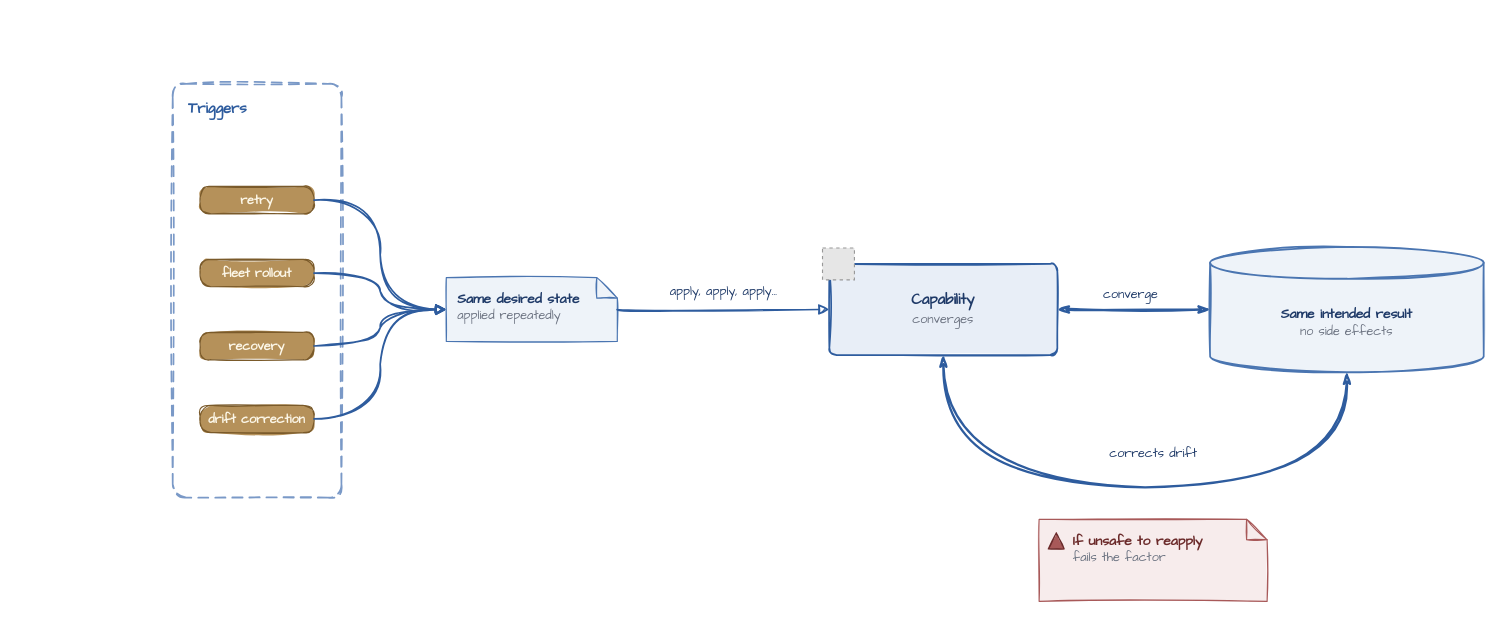
Before: diagrams/factor-4-stable-reconciliation.drawio in missBerg/platform-capabilities, a draw.io diagram. Source tidied: cells renumbered, new cells numbered last; positions are measured from the earlier drawing's top-left corner, leaving out a move shared by most shapes. Both pictures are drawn from the tidied source at 114%, with x=0, y=0 at pixel (172, 83). Pictures stored in the file or linked from it are replaced by grey dashed boxes.
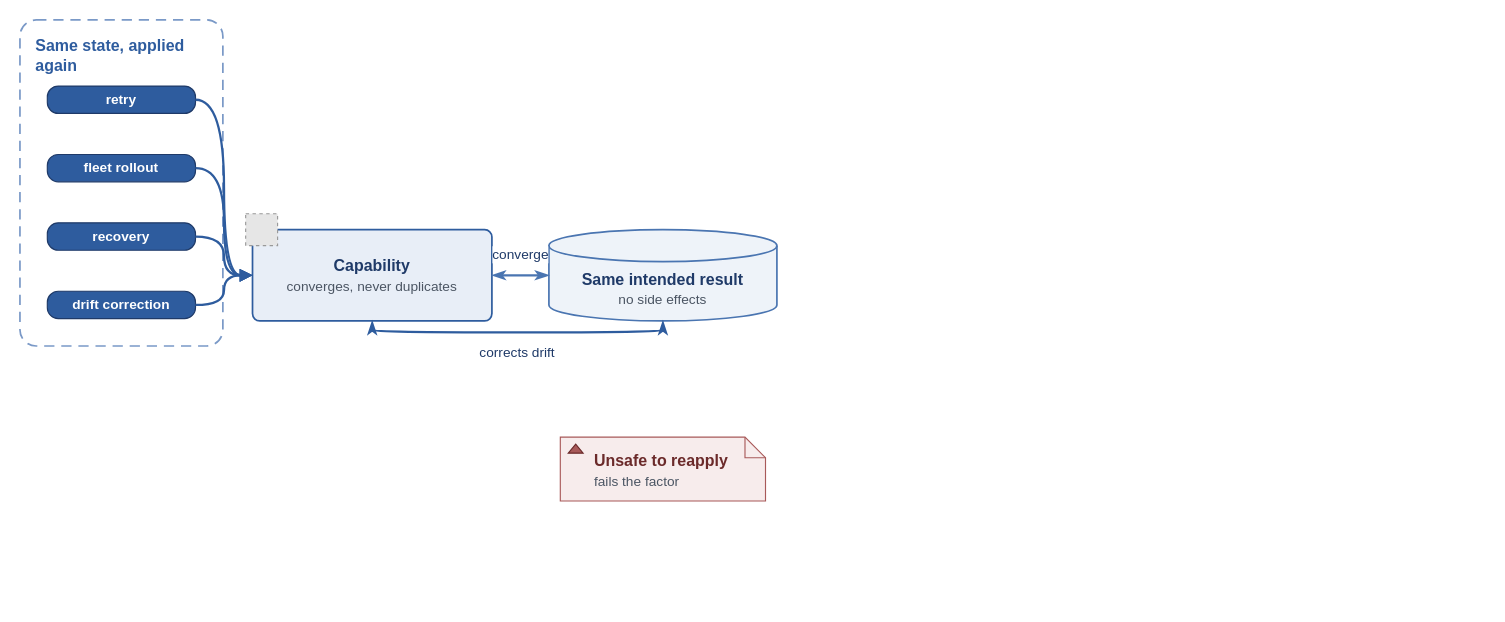
The same page after the edit.

The edit, as a diff of the source:
```diff
@@
-    <mxCell id="2" value="&lt;b&gt;Triggers&lt;/b&gt;" style="rounded=1;whiteSpace=wrap;html=1;arcSize=8;fillColor=none;strokeColor=#7A99C7;strokeWidth=1.5;fontColor=#2E5C9E;fontFamily=Comic Sans MS;fontSize=13;align=left;verticalAlign=top;dashed=1;dashPattern=6 4;spacingLeft=12;spacingTop=8;shadow=0;sketch=1;" parent="1" vertex="1">
-      <mxGeometry width="148" height="363" as="geometry" />
+    <mxCell id="2" value="&lt;b&gt;Same state, applied again&lt;/b&gt;" style="rounded=1;whiteSpace=wrap;html=1;arcSize=8;fillColor=none;strokeColor=#7A99C7;strokeWidth=1.5;fontColor=#2E5C9E;fontFamily=Helvetica;fontSize=14;align=left;verticalAlign=top;dashed=1;dashPattern=6 4;spacingLeft=12;spacingTop=8;shadow=0;" parent="1" vertex="1">
+      <mxGeometry x="-134" y="-56" width="178" height="286" as="geometry" />
     </mxCell>
-    <mxCell id="3" value="retry" style="rounded=1;whiteSpace=wrap;html=1;arcSize=40;fillColor=#B5915A;strokeColor=#7A5A2A;strokeWidth=1;fontColor=#FCF7E8;fontFamily=Comic Sans MS;fontSize=11;fontStyle=1;align=center;verticalAlign=middle;shadow=0;sketch=1;fillStyle=solid;" parent="1" vertex="1">
-      <mxGeometry x="24" y="90" width="100" height="24" as="geometry" />
+    <mxCell id="3" value="retry" style="rounded=1;whiteSpace=wrap;html=1;arcSize=40;fillColor=#2E5C9E;strokeColor=#1F3A68;strokeWidth=1;fontColor=#FFFFFF;fontFamily=Helvetica;fontSize=12;fontStyle=1;align=center;verticalAlign=middle;shadow=0;" parent="1" vertex="1">
+      <mxGeometry x="-110" y="2" width="130" height="24" as="geometry" />
     </mxCell>
-    <mxCell id="4" value="fleet rollout" style="rounded=1;whiteSpace=wrap;html=1;arcSize=40;fillColor=#B5915A;strokeColor=#7A5A2A;strokeWidth=1;fontColor=#FCF7E8;fontFamily=Comic Sans MS;fontSize=11;fontStyle=1;align=center;verticalAlign=middle;shadow=0;sketch=1;fillStyle=solid;" parent="1" vertex="1">
-      <mxGeometry x="24" y="154" width="100" height="24" as="geometry" />
+    <mxCell id="4" value="fleet rollout" style="rounded=1;whiteSpace=wrap;html=1;arcSize=40;fillColor=#2E5C9E;strokeColor=#1F3A68;strokeWidth=1;fontColor=#FFFFFF;fontFamily=Helvetica;fontSize=12;fontStyle=1;align=center;verticalAlign=middle;shadow=0;" parent="1" vertex="1">
+      <mxGeometry x="-110" y="62" width="130" height="24" as="geometry" />
     </mxCell>
-    <mxCell id="5" value="recovery" style="rounded=1;whiteSpace=wrap;html=1;arcSize=40;fillColor=#B5915A;strokeColor=#7A5A2A;strokeWidth=1;fontColor=#FCF7E8;fontFamily=Comic Sans MS;fontSize=11;fontStyle=1;align=center;verticalAlign=middle;shadow=0;sketch=1;fillStyle=solid;" parent="1" vertex="1">
-      <mxGeometry x="24" y="218" width="100" height="24" as="geometry" />
+    <mxCell id="5" value="recovery" style="rounded=1;whiteSpace=wrap;html=1;arcSize=40;fillColor=#2E5C9E;strokeColor=#1F3A68;strokeWidth=1;fontColor=#FFFFFF;fontFamily=Helvetica;fontSize=12;fontStyle=1;align=center;verticalAlign=middle;shadow=0;" parent="1" vertex="1">
+      <mxGeometry x="-110" y="122" width="130" height="24" as="geometry" />
     </mxCell>
-    <mxCell id="6" value="drift correction" style="rounded=1;whiteSpace=wrap;html=1;arcSize=40;fillColor=#B5915A;strokeColor=#7A5A2A;strokeWidth=1;fontColor=#FCF7E8;fontFamily=Comic Sans MS;fontSize=11;fontStyle=1;align=center;verticalAlign=middle;shadow=0;sketch=1;fillStyle=solid;" parent="1" vertex="1">
-      <mxGeometry x="24" y="282" width="100" height="24" as="geometry" />
+    <mxCell id="6" value="drift correction" style="rounded=1;whiteSpace=wrap;html=1;arcSize=40;fillColor=#2E5C9E;strokeColor=#1F3A68;strokeWidth=1;fontColor=#FFFFFF;fontFamily=Helvetica;fontSize=12;fontStyle=1;align=center;verticalAlign=middle;shadow=0;" parent="1" vertex="1">
+      <mxGeometry x="-110" y="182" width="130" height="24" as="geometry" />
     </mxCell>
-    <mxCell id="7" value="&lt;b&gt;Same desired state&lt;/b&gt;&lt;br&gt;&lt;font style=&quot;font-size: 11px&quot; color=&quot;#6B7280&quot;&gt;applied repeatedly&lt;/font&gt;" style="shape=note;whiteSpace=wrap;html=1;backgroundOutline=1;fillColor=#EEF3F9;strokeColor=#4A75B1;strokeWidth=1;fontColor=#1F3A68;fontFamily=Comic Sans MS;fontSize=12;align=left;verticalAlign=top;spacingLeft=8;spacingTop=6;spacingRight=8;shadow=0;size=18;sketch=1;fillStyle=solid;" parent="1" vertex="1">
-      <mxGeometry x="240" y="170" width="150" height="56" as="geometry" />
-    </mxCell>
-    <mxCell id="8" value="&lt;b&gt;Capability&lt;/b&gt;&lt;br&gt;&lt;font style=&quot;font-size: 11px&quot; color=&quot;#6B7280&quot;&gt;converges&lt;/font&gt;" style="rounded=1;whiteSpace=wrap;html=1;arcSize=8;fillColor=#E8EEF7;strokeColor=#2E5C9E;strokeWidth=1.5;fontColor=#1F3A68;fontFamily=Comic Sans MS;fontSize=13;align=center;verticalAlign=middle;shadow=0;sketch=1;fillStyle=solid;" parent="1" vertex="1">
-      <mxGeometry x="576" y="158" width="200" height="80" as="geometry" />
+    <mxCell id="8" value="&lt;b&gt;Capability&lt;/b&gt;&lt;br&gt;&lt;font style=&quot;font-size: 12px&quot; color=&quot;#4B5563&quot;&gt;converges, never duplicates&lt;/font&gt;" style="rounded=1;whiteSpace=wrap;html=1;arcSize=8;fillColor=#E8EEF7;strokeColor=#2E5C9E;strokeWidth=1.5;fontColor=#1F3A68;fontFamily=Helvetica;fontSize=14;align=center;verticalAlign=middle;shadow=0;" parent="1" vertex="1">
+      <mxGeometry x="70" y="128" width="210" height="80" as="geometry" />
     </mxCell>
-    <mxCell id="9" style="fillColor=#E6E6E6;strokeColor=#999999;dashed=1;verticalLabelPosition=bottom;verticalAlign=top;align=center;fontFamily=Comic Sans MS;fontSize=12;fontColor=#1F3A68;" parent="1" vertex="1">
-      <mxGeometry x="570" y="144" width="28" height="28" as="geometry" />
+    <mxCell id="9" style="fillColor=#E6E6E6;strokeColor=#999999;dashed=1;verticalLabelPosition=bottom;verticalAlign=top;align=center;fontFamily=Helvetica;fontSize=14;fontColor=#1F3A68;" parent="1" vertex="1">
+      <mxGeometry x="64" y="114" width="28" height="28" as="geometry" />
     </mxCell>
-    <mxCell id="10" value="&lt;b&gt;Same intended result&lt;/b&gt;&lt;br&gt;&lt;font style=&quot;font-size: 11px&quot; color=&quot;#6B7280&quot;&gt;no side effects&lt;/font&gt;" style="shape=cylinder3;boundedLbl=1;backgroundOutline=1;size=14;whiteSpace=wrap;html=1;fillColor=#EEF3F9;strokeColor=#4A75B1;strokeWidth=1.5;fontColor=#1F3A68;fontFamily=Comic Sans MS;fontSize=12;align=center;verticalAlign=middle;shadow=0;sketch=1;fillStyle=solid;" parent="1" vertex="1">
-      <mxGeometry x="910" y="143" width="240" height="110" as="geometry" />
+    <mxCell id="10" value="&lt;b&gt;Same intended result&lt;/b&gt;&lt;br&gt;&lt;font style=&quot;font-size: 12px&quot; color=&quot;#4B5563&quot;&gt;no side effects&lt;/font&gt;" style="shape=cylinder3;boundedLbl=1;backgroundOutline=1;size=14;whiteSpace=wrap;html=1;fillColor=#EEF3F9;strokeColor=#4A75B1;strokeWidth=1.5;fontColor=#1F3A68;fontFamily=Helvetica;fontSize=14;align=center;verticalAlign=middle;shadow=0;" parent="1" vertex="1">
+      <mxGeometry x="330" y="128" width="200" height="80" as="geometry" />
     </mxCell>
-    <mxCell id="11" value="&lt;b&gt;If unsafe to reapply&lt;/b&gt;&lt;br&gt;&lt;font style=&quot;font-size: 11px&quot; color=&quot;#6B7280&quot;&gt;fails the factor&lt;/font&gt;" style="shape=note;whiteSpace=wrap;html=1;backgroundOutline=1;fillColor=#F7ECEC;strokeColor=#A85959;strokeWidth=1;fontColor=#6B2A2A;fontFamily=Comic Sans MS;fontSize=12;align=left;verticalAlign=top;spacingLeft=28;spacingTop=6;spacingRight=8;shadow=0;size=18;sketch=1;fillStyle=solid;" parent="1" vertex="1">
-      <mxGeometry x="760" y="382" width="200" height="72" as="geometry" />
-    </mxCell>
-    <mxCell id="12" style="shape=triangle;direction=north;fillColor=#A85959;strokeColor=#6B2A2A;html=1;shadow=0;sketch=1;fillStyle=solid;" parent="1" vertex="1">
-      <mxGeometry x="768" y="394" width="14" height="14" as="geometry" />
-    </mxCell>
+    <mxCell id="20" value="&lt;b&gt;Unsafe to reapply&lt;/b&gt;&lt;br&gt;&lt;font style=&quot;font-size: 12px&quot; color=&quot;#4B5563&quot;&gt;fails the factor&lt;/font&gt;" style="shape=note;whiteSpace=wrap;html=1;backgroundOutline=1;fillColor=#F7ECEC;strokeColor=#A85959;strokeWidth=1;fontColor=#6B2A2A;fontFamily=Helvetica;fontSize=14;align=left;verticalAlign=top;spacingLeft=28;spacingTop=6;spacingRight=8;shadow=0;size=18;" parent="1" vertex="1">
+      <mxGeometry x="340" y="310" width="180" height="56" as="geometry" />
+    </mxCell>
+    <mxCell id="21" style="shape=triangle;direction=north;fillColor=#A85959;strokeColor=#6B2A2A;html=1;shadow=0;" parent="1" vertex="1">
+      <mxGeometry x="347" y="316" width="13" height="8" as="geometry" />
+    </mxCell>
-    <mxCell id="13" style="edgeStyle=orthogonalEdgeStyle;endArrow=block;html=1;rounded=0;strokeColor=#2E5C9E;strokeWidth=1.5;fontColor=#1F3A68;fontFamily=Comic Sans MS;fontSize=11;endFill=1;sketch=1;sketch=1;curveFitting=1;jiggle=2;curved=1;entryX=0;entryY=0.5;entryDx=0;entryDy=0;entryPerimeter=0;" parent="1" edge="1" source="3" target="7">
+    <mxCell id="13" style="edgeStyle=orthogonalEdgeStyle;endArrow=block;html=1;rounded=0;strokeColor=#2E5C9E;strokeWidth=2;fontColor=#1F3A68;fontFamily=Helvetica;fontSize=12;endFill=1;curved=1;exitX=1;exitY=0.5;exitDx=0;exitDy=0;entryX=0;entryY=0.5;entryDx=0;entryDy=0;" parent="1" edge="1" source="3" target="8">
       <mxGeometry relative="1" as="geometry" />
     </mxCell>
-    <mxCell id="14" style="edgeStyle=orthogonalEdgeStyle;endArrow=block;html=1;rounded=0;strokeColor=#2E5C9E;strokeWidth=1.5;fontColor=#1F3A68;fontFamily=Comic Sans MS;fontSize=11;endFill=1;sketch=1;sketch=1;curveFitting=1;jiggle=2;curved=1;" parent="1" edge="1" source="4" target="7">
+    <mxCell id="14" style="edgeStyle=orthogonalEdgeStyle;endArrow=block;html=1;rounded=0;strokeColor=#2E5C9E;strokeWidth=2;fontColor=#1F3A68;fontFamily=Helvetica;fontSize=12;endFill=1;curved=1;exitX=1;exitY=0.5;exitDx=0;exitDy=0;entryX=0;entryY=0.5;entryDx=0;entryDy=0;" parent="1" edge="1" source="4" target="8">
       <mxGeometry relative="1" as="geometry" />
     </mxCell>
-    <mxCell id="15" style="edgeStyle=orthogonalEdgeStyle;endArrow=block;html=1;rounded=0;strokeColor=#2E5C9E;strokeWidth=1.5;fontColor=#1F3A68;fontFamily=Comic Sans MS;fontSize=11;endFill=1;sketch=1;sketch=1;curveFitting=1;jiggle=2;curved=1;entryX=0;entryY=0.5;entryDx=0;entryDy=0;entryPerimeter=0;" parent="1" edge="1" source="5" target="7">
+    <mxCell id="15" style="edgeStyle=orthogonalEdgeStyle;endArrow=block;html=1;rounded=0;strokeColor=#2E5C9E;strokeWidth=2;fontColor=#1F3A68;fontFamily=Helvetica;fontSize=12;endFill=1;curved=1;exitX=1;exitY=0.5;exitDx=0;exitDy=0;entryX=0;entryY=0.5;entryDx=0;entryDy=0;" parent="1" edge="1" source="5" target="8">
       <mxGeometry relative="1" as="geometry" />
     </mxCell>
-    <mxCell id="16" style="edgeStyle=orthogonalEdgeStyle;endArrow=block;html=1;rounded=0;strokeColor=#2E5C9E;strokeWidth=1.5;fontColor=#1F3A68;fontFamily=Comic Sans MS;fontSize=11;endFill=1;sketch=1;sketch=1;curveFitting=1;jiggle=2;curved=1;entryX=0;entryY=0.5;entryDx=0;entryDy=0;entryPerimeter=0;" parent="1" edge="1" source="6" target="7">
+    <mxCell id="16" style="edgeStyle=orthogonalEdgeStyle;endArrow=block;html=1;rounded=0;strokeColor=#2E5C9E;strokeWidth=2;fontColor=#1F3A68;fontFamily=Helvetica;fontSize=12;endFill=1;curved=1;exitX=1;exitY=0.5;exitDx=0;exitDy=0;entryX=0;entryY=0.5;entryDx=0;entryDy=0;" parent="1" edge="1" source="6" target="8">
       <mxGeometry relative="1" as="geometry" />
     </mxCell>
-    <mxCell id="17" value="apply, apply, apply..." style="edgeStyle=orthogonalEdgeStyle;endArrow=block;html=1;rounded=0;strokeColor=#2E5C9E;strokeWidth=1.5;fontColor=#1F3A68;fontFamily=Comic Sans MS;fontSize=11;endFill=1;sketch=1;sketch=1;curveFitting=1;jiggle=2;curved=1;" parent="1" edge="1" source="7" target="8">
+    <mxCell id="17" value="converge" style="edgeStyle=orthogonalEdgeStyle;endArrow=classicThin;startArrow=classicThin;html=1;rounded=0;strokeColor=#4A75B1;strokeWidth=2;fontColor=#1F3A68;fontFamily=Helvetica;fontSize=12;curved=1;exitX=1;exitY=0.5;exitDx=0;exitDy=0;entryX=0;entryY=0.5;entryDx=0;entryDy=0;" parent="1" edge="1" source="8" target="10">
       <mxGeometry relative="1" as="geometry">
-        <mxPoint y="-16" as="offset" />
+        <mxPoint y="-18" as="offset" />
       </mxGeometry>
     </mxCell>
-    <mxCell id="18" value="converge" style="edgeStyle=orthogonalEdgeStyle;endArrow=classicThin;startArrow=classicThin;html=1;curved=1;rounded=0;strokeColor=#2E5C9E;strokeWidth=2;fontColor=#1F3A68;fontFamily=Comic Sans MS;fontSize=11;sketch=1;sketch=1;curveFitting=1;jiggle=2;curved=1;exitX=1;exitY=0.5;exitDx=0;exitDy=0;entryX=0;entryY=0.5;entryDx=0;entryDy=0;" parent="1" edge="1" source="8" target="10">
-      <mxGeometry x="-0.04" y="14" relative="1" as="geometry" />
+    <mxCell id="18" value="corrects drift" style="edgeStyle=orthogonalEdgeStyle;endArrow=classicThin;startArrow=classicThin;html=1;curved=1;rounded=0;strokeColor=#2E5C9E;strokeWidth=2;fontColor=#1F3A68;fontFamily=Helvetica;fontSize=12;curved=1;exitX=0.5;exitY=1;exitDx=0;exitDy=0;entryX=0.5;entryY=1;entryDx=0;entryDy=0;" parent="1" edge="1" source="10" target="8">
+      <mxGeometry relative="1" as="geometry">
+        <mxPoint y="18" as="offset" />
+      </mxGeometry>
     </mxCell>
-    <mxCell id="19" value="corrects drift" style="edgeStyle=orthogonalEdgeStyle;endArrow=classicThin;startArrow=classicThin;html=1;curved=1;rounded=0;strokeColor=#2E5C9E;strokeWidth=2;fontColor=#1F3A68;fontFamily=Comic Sans MS;fontSize=11;sketch=1;sketch=1;curveFitting=1;jiggle=2;curved=1;exitX=0.5;exitY=1;exitDx=0;exitDy=0;entryX=0.5;entryY=1;entryDx=0;entryDy=0;" parent="1" edge="1" source="10" target="8">
-      <mxGeometry x="-0.05" y="-30" relative="1" as="geometry">
-        <Array as="points">
-          <mxPoint x="1030" y="354" />
-          <mxPoint x="676" y="354" />
-        </Array>
-      </mxGeometry>
-    </mxCell>
```
